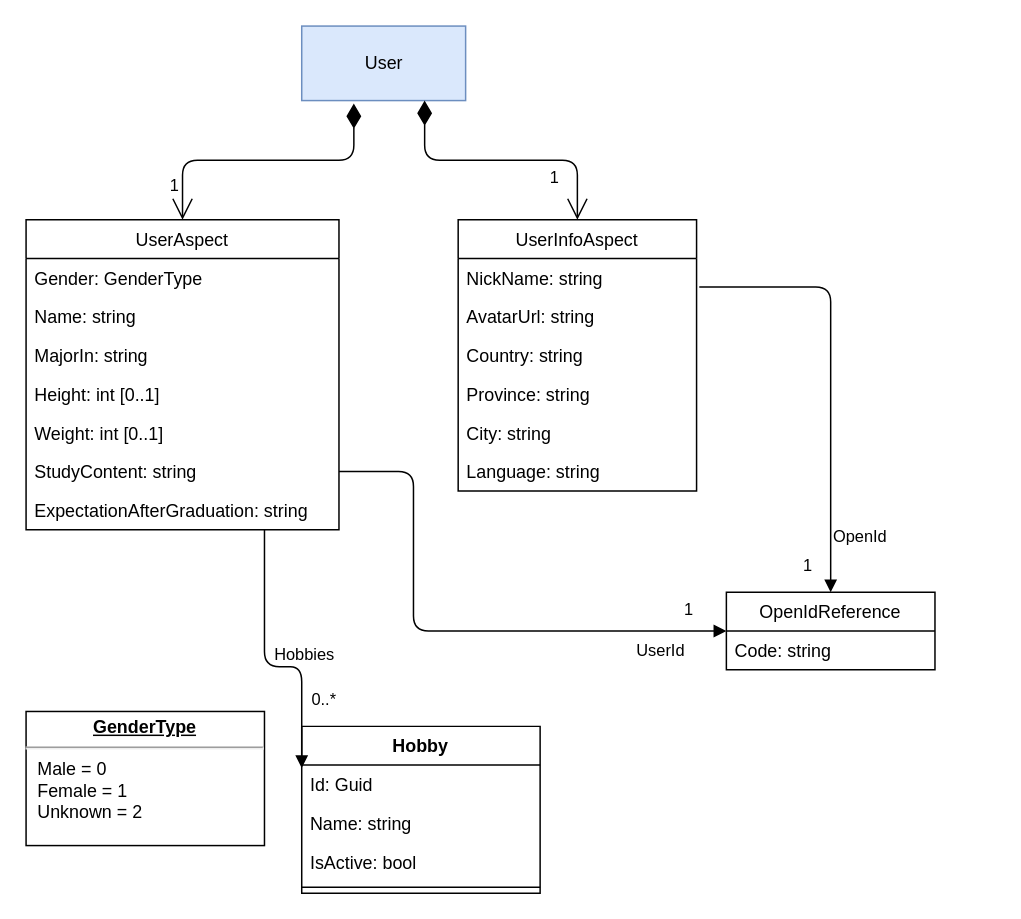
Above: UML/User.drawio in sdlfly2000/MindBridgeCampServer (draw.io), before the change. Source tidied: cells renumbered, new cells numbered last; positions are measured from the earlier drawing's top-left corner, leaving out a move shared by most shapes. Both pictures are drawn from the tidied source at 149%, with x=0, y=0 at pixel (25, 25).
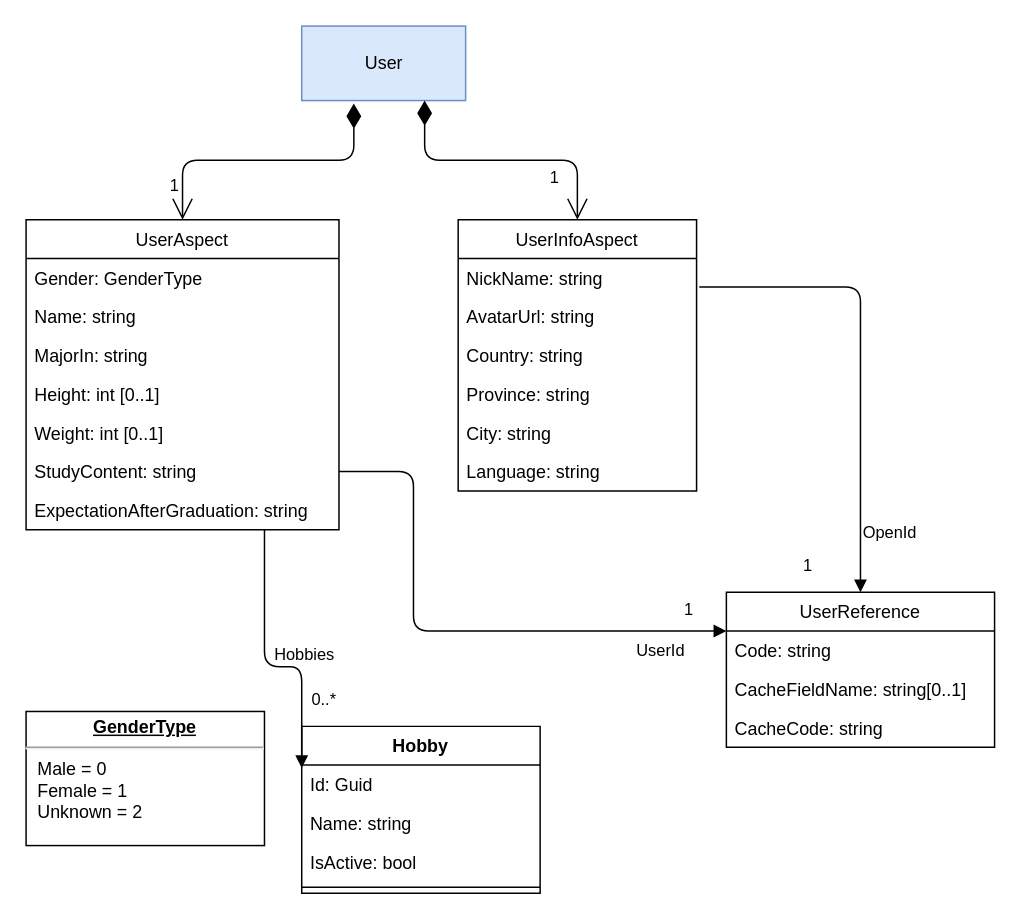
The same diagram, later.

Diff of the diagram source:
```diff
@@
-    <mxCell id="28" value="OpenIdReference" style="swimlane;fontStyle=0;horizontal=1;startSize=26;fillColor=none;" parent="1" vertex="1">
-      <mxGeometry x="470" y="380" width="140" height="52" as="geometry" />
+    <mxCell id="28" value="UserReference" style="swimlane;fontStyle=0;horizontal=1;startSize=26;fillColor=none;" parent="1" vertex="1">
+      <mxGeometry x="470" y="380" width="180" height="104" as="geometry" />
     </mxCell>
     <mxCell id="29" value="Code: string" style="text;strokeColor=none;fillColor=none;align=left;verticalAlign=top;spacingLeft=4;spacingRight=4;overflow=hidden;" parent="28" vertex="1">
-      <mxGeometry y="26" width="140" height="26" as="geometry" />
+      <mxGeometry y="26" width="180" height="26" as="geometry" />
     </mxCell>
+    <mxCell id="34" value="CacheFieldName: string[0..1]" style="text;strokeColor=none;fillColor=none;align=left;verticalAlign=top;spacingLeft=4;spacingRight=4;overflow=hidden;" parent="28" vertex="1">
+      <mxGeometry y="52" width="180" height="26" as="geometry" />
+    </mxCell>
+    <mxCell id="35" value="CacheCode: string" style="text;strokeColor=none;fillColor=none;align=left;verticalAlign=top;spacingLeft=4;spacingRight=4;overflow=hidden;" parent="28" vertex="1">
+      <mxGeometry y="78" width="180" height="26" as="geometry" />
+    </mxCell>
@@
     <mxCell id="32" value="OpenId" style="endArrow=block;endFill=1;html=1;edgeStyle=orthogonalEdgeStyle;align=left;verticalAlign=top;exitX=1.011;exitY=0.735;exitDx=0;exitDy=0;exitPerimeter=0;entryX=0.5;entryY=0;entryDx=0;entryDy=0;" parent="1" edge="1" target="28">
       <mxGeometry x="0.66" relative="1" as="geometry">
         <mxPoint x="451.8" y="175.1" as="sourcePoint" />
         <Array as="points">
-          <mxPoint x="540" y="175" />
+          <mxPoint x="560" y="175" />
         </Array>
       </mxGeometry>
     </mxCell>
```
